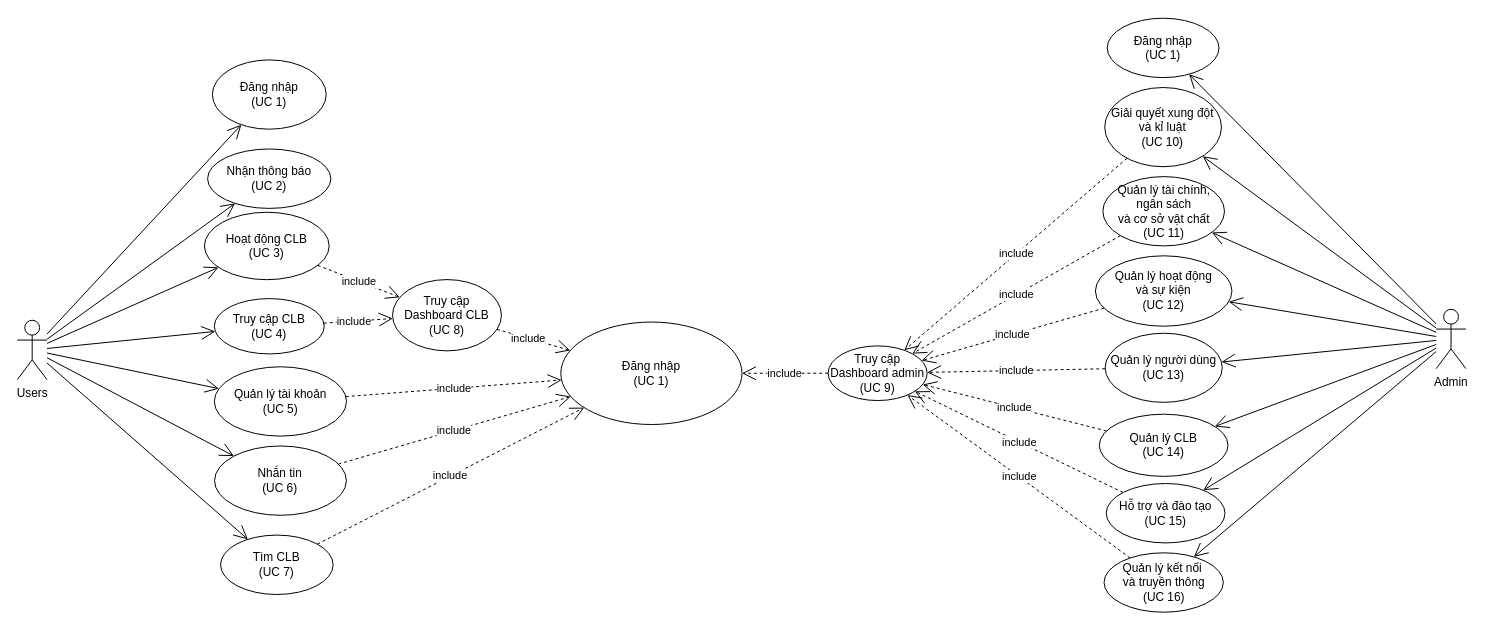
Above: page "Use case 1" (1 of 3) of Diagram.drawio in DnhTrn/finall_project (draw.io), before the change. Source tidied: cells renumbered, new cells numbered last; positions are measured from the earlier drawing's top-left corner, leaving out a move shared by most shapes. Both pictures are drawn from the tidied source at 99%, with x=0, y=0 at pixel (17, 18).
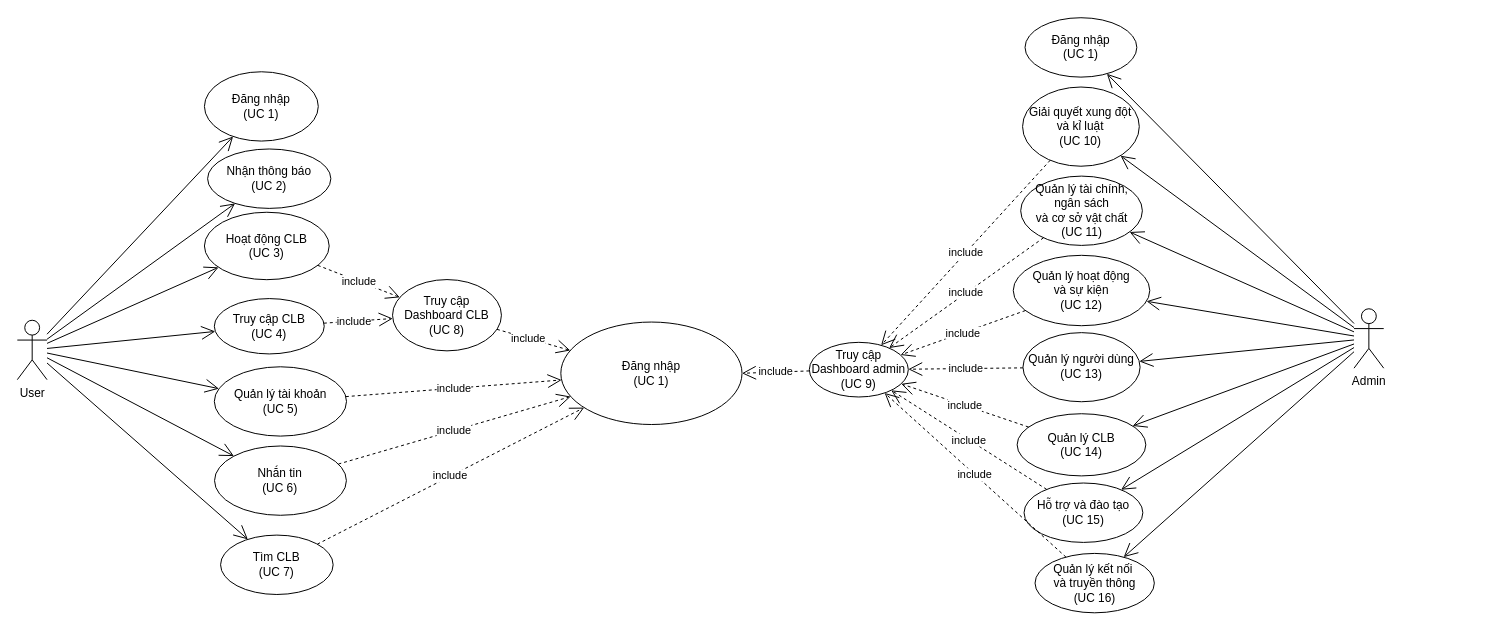
The same diagram, later.

Diff of the diagram source:
```diff
@@
-    <mxCell id="2" value="Users" style="shape=umlActor;verticalLabelPosition=bottom;verticalAlign=top;html=1;outlineConnect=0;" parent="1" vertex="1">
+    <mxCell id="2" value="User" style="shape=umlActor;verticalLabelPosition=bottom;verticalAlign=top;html=1;outlineConnect=0;" parent="1" vertex="1">
       <mxGeometry y="305" width="30" height="60" as="geometry" />
     </mxCell>
     <mxCell id="3" value="Admin" style="shape=umlActor;verticalLabelPosition=bottom;verticalAlign=top;html=1;outlineConnect=0;" parent="1" vertex="1">
-      <mxGeometry x="1433.2" y="293.9" width="30" height="60" as="geometry" />
+      <mxGeometry x="1350.2" y="293.4" width="30" height="60" as="geometry" />
     </mxCell>
@@
     <mxCell id="6" value="Quản lý CLB&lt;div&gt;(UC 14)&lt;/div&gt;" style="ellipse;whiteSpace=wrap;html=1;" parent="1" vertex="1">
-      <mxGeometry x="1092.9" y="399.9" width="130" height="62.8" as="geometry" />
+      <mxGeometry x="1009.9" y="399.4" width="130" height="62.8" as="geometry" />
     </mxCell>
@@
     <mxCell id="10" value="Đăng nhập&lt;div&gt;(UC 1)&lt;/div&gt;" style="ellipse;whiteSpace=wrap;html=1;" parent="1" vertex="1">
-      <mxGeometry x="197" y="42" width="115" height="70" as="geometry" />
+      <mxGeometry x="189" y="54" width="115" height="70" as="geometry" />
     </mxCell>
@@
     <mxCell id="23" value="Truy cập Dashboard admin&lt;div&gt;(UC 9)&lt;/div&gt;" style="ellipse;whiteSpace=wrap;html=1;" parent="1" vertex="1">
-      <mxGeometry x="819" y="330.9" width="100" height="55.2" as="geometry" />
+      <mxGeometry x="800" y="327.3" width="100" height="55.2" as="geometry" />
     </mxCell>
@@
     <mxCell id="29" value="Quản lý hoạt động&lt;div&gt;&lt;span style=&quot;background-color: initial;&quot;&gt;và sự kiện&lt;/span&gt;&lt;/div&gt;&lt;div&gt;&lt;span style=&quot;background-color: initial;&quot;&gt;(UC 12)&lt;/span&gt;&lt;/div&gt;" style="ellipse;whiteSpace=wrap;html=1;" parent="1" vertex="1">
-      <mxGeometry x="1089" y="239.9" width="137.9" height="71.1" as="geometry" />
+      <mxGeometry x="1006" y="239.4" width="137.9" height="71.1" as="geometry" />
     </mxCell>
@@
     <mxCell id="31" value="Quản lý tài chính,&lt;div&gt;&lt;span style=&quot;background-color: initial;&quot;&gt;ngân sách&lt;/span&gt;&lt;div&gt;&lt;span style=&quot;background-color: initial;&quot;&gt;và cơ sở vật chất&lt;/span&gt;&lt;/div&gt;&lt;/div&gt;&lt;div&gt;&lt;span style=&quot;background-color: initial;&quot;&gt;(UC 11)&lt;/span&gt;&lt;/div&gt;" style="ellipse;whiteSpace=wrap;html=1;" parent="1" vertex="1">
-      <mxGeometry x="1096.5" y="159.9" width="122.9" height="70" as="geometry" />
+      <mxGeometry x="1013.5" y="159.4" width="122.9" height="70" as="geometry" />
     </mxCell>
     <mxCell id="32" value="Hỗ trợ và đào tạo&lt;div&gt;(UC 15)&lt;/div&gt;" style="ellipse;whiteSpace=wrap;html=1;" parent="1" vertex="1">
-      <mxGeometry x="1099.9" y="469.9" width="120" height="60" as="geometry" />
+      <mxGeometry x="1016.9" y="469.4" width="120" height="60" as="geometry" />
     </mxCell>
     <mxCell id="33" value="Quản lý kết nối&amp;nbsp;&lt;div&gt;và truyền thông&lt;/div&gt;&lt;div&gt;(UC 16)&lt;/div&gt;" style="ellipse;whiteSpace=wrap;html=1;" parent="1" vertex="1">
-      <mxGeometry x="1097.7" y="539.9" width="120.5" height="60" as="geometry" />
+      <mxGeometry x="1028" y="540.5" width="120.5" height="60" as="geometry" />
     </mxCell>
     <mxCell id="34" value="Quản lý người dùng&lt;div&gt;(UC 13)&lt;/div&gt;" style="ellipse;whiteSpace=wrap;html=1;" parent="1" vertex="1">
-      <mxGeometry x="1098.8" y="318.1" width="118.3" height="69.8" as="geometry" />
+      <mxGeometry x="1015.8" y="317.5" width="118.3" height="69.8" as="geometry" />
     </mxCell>
     <mxCell id="35" value="Giải quyết xung đột và kỉ luật&lt;div&gt;(UC 10)&lt;/div&gt;" style="ellipse;whiteSpace=wrap;html=1;" parent="1" vertex="1">
-      <mxGeometry x="1098.4" y="69.9" width="117.9" height="80" as="geometry" />
+      <mxGeometry x="1015.4" y="69.4" width="117.9" height="80" as="geometry" />
     </mxCell>
@@
     <mxCell id="49" value="Đăng nhập&lt;div&gt;(UC 1)&lt;/div&gt;" style="ellipse;whiteSpace=wrap;html=1;" parent="1" vertex="1">
-      <mxGeometry x="1100.9" y="-0.1" width="112.9" height="60" as="geometry" />
+      <mxGeometry x="1017.9" y="-0.6" width="112.9" height="60" as="geometry" />
     </mxCell>
```
